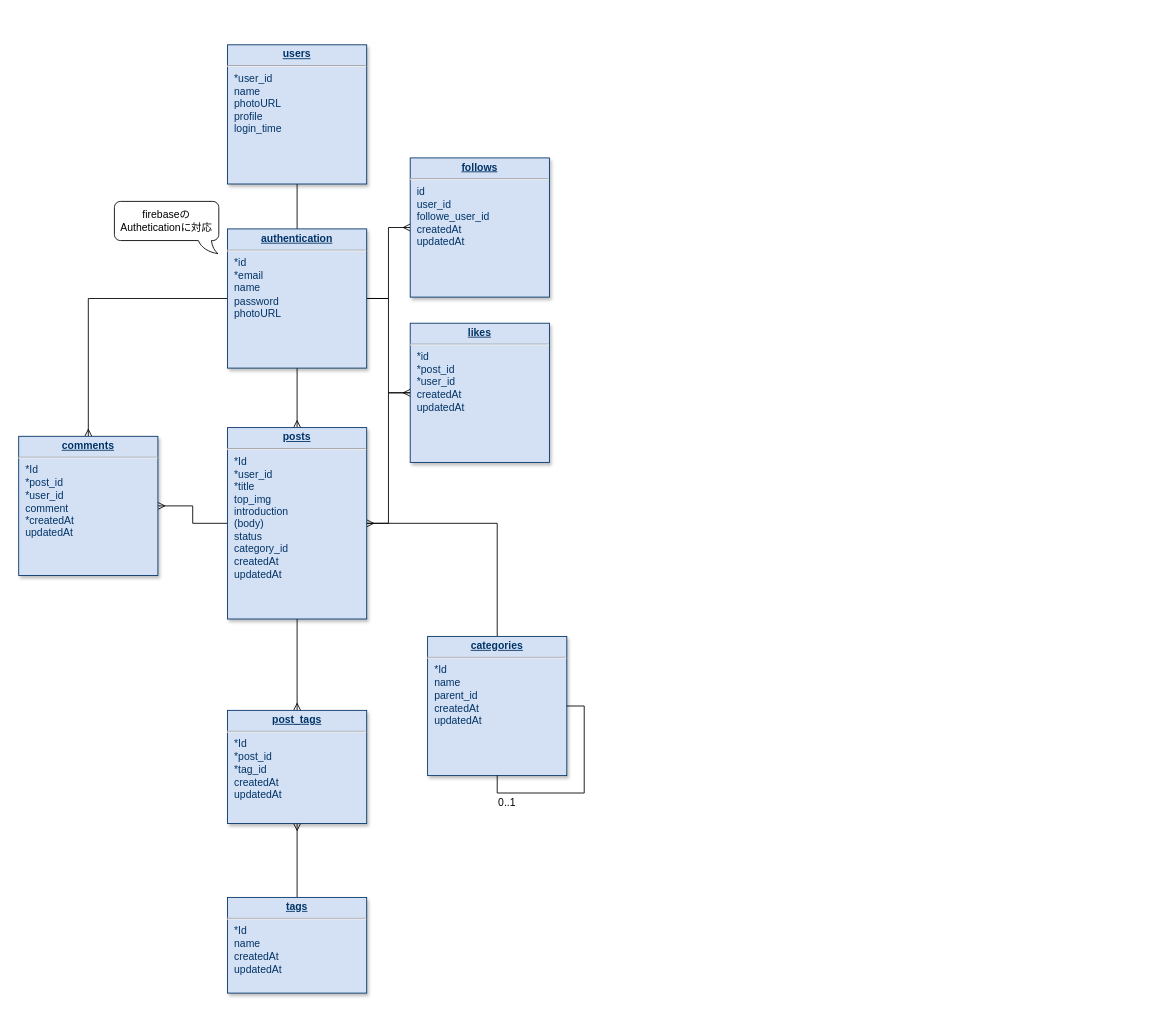
Before: UML/ER図.drawio in huuto/schizoid-note, a draw.io diagram. Source tidied: cells renumbered, new cells numbered last; positions are measured from the earlier drawing's top-left corner, leaving out a move shared by most shapes. Both pictures are drawn from the tidied source at 87%, with x=0, y=0 at pixel (18, 44).
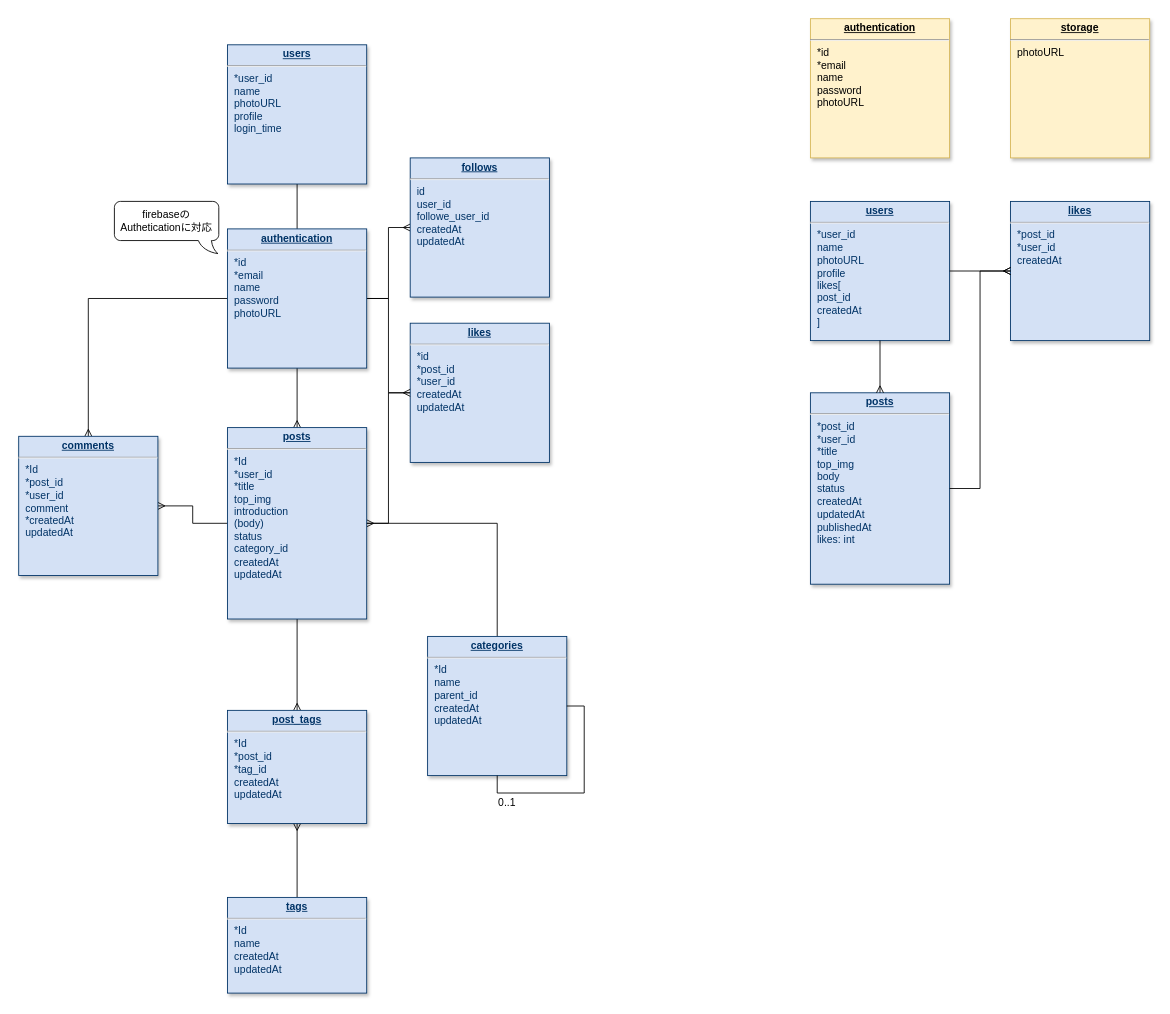
The same page after the edit.

What changed in the source:
```diff
@@
+    <mxCell id="24" value="&lt;p style=&quot;margin: 0px ; margin-top: 4px ; text-align: center ; text-decoration: underline&quot;&gt;&lt;strong&gt;authentication&lt;/strong&gt;&lt;/p&gt;&lt;hr&gt;&lt;p style=&quot;margin: 0px ; margin-left: 8px&quot;&gt;*id&lt;br&gt;&lt;/p&gt;&lt;p style=&quot;margin: 0px ; margin-left: 8px&quot;&gt;*email&lt;br&gt;&lt;/p&gt;&lt;p style=&quot;margin: 0px ; margin-left: 8px&quot;&gt;name&lt;br&gt;&lt;/p&gt;&lt;p style=&quot;margin: 0px ; margin-left: 8px&quot;&gt;password&lt;/p&gt;&lt;p style=&quot;margin: 0px ; margin-left: 8px&quot;&gt;photoURL&lt;/p&gt;" style="verticalAlign=top;align=left;overflow=fill;fontSize=12;fontFamily=Helvetica;html=1;strokeColor=#d6b656;shadow=1;fillColor=#fff2cc;" parent="1" vertex="1">
+      <mxGeometry x="910" y="-30" width="160" height="160" as="geometry" />
+    </mxCell>
+    <mxCell id="25" value="&lt;p style=&quot;margin: 0px ; margin-top: 4px ; text-align: center ; text-decoration: underline&quot;&gt;&lt;strong&gt;users&lt;br&gt;&lt;/strong&gt;&lt;/p&gt;&lt;hr&gt;&lt;p style=&quot;margin: 0px ; margin-left: 8px&quot;&gt;*user_id&lt;/p&gt;&lt;p style=&quot;margin: 0px ; margin-left: 8px&quot;&gt;name&lt;/p&gt;&lt;p style=&quot;margin: 0px ; margin-left: 8px&quot;&gt;photoURL&lt;/p&gt;&lt;p style=&quot;margin: 0px ; margin-left: 8px&quot;&gt;profile&lt;/p&gt;&lt;p style=&quot;margin: 0px ; margin-left: 8px&quot;&gt;likes[&lt;/p&gt;&lt;p style=&quot;margin: 0px ; margin-left: 8px&quot;&gt;post_id&lt;/p&gt;&lt;p style=&quot;margin: 0px ; margin-left: 8px&quot;&gt;createdAt&lt;br&gt;&lt;/p&gt;&lt;p style=&quot;margin: 0px ; margin-left: 8px&quot;&gt;]&lt;/p&gt;" style="verticalAlign=top;align=left;overflow=fill;fontSize=12;fontFamily=Helvetica;html=1;strokeColor=#003366;shadow=1;fillColor=#D4E1F5;fontColor=#003366;" parent="1" vertex="1">
+      <mxGeometry x="910" y="180" width="160" height="160" as="geometry" />
+    </mxCell>
+    <mxCell id="26" value="&lt;p style=&quot;margin: 0px ; margin-top: 4px ; text-align: center ; text-decoration: underline&quot;&gt;&lt;strong&gt;posts&lt;br&gt;&lt;/strong&gt;&lt;/p&gt;&lt;hr&gt;&lt;p style=&quot;margin: 0px ; margin-left: 8px&quot;&gt;*post_id&lt;br&gt;&lt;/p&gt;&lt;p style=&quot;margin: 0px ; margin-left: 8px&quot;&gt;*user_id&lt;/p&gt;&lt;p style=&quot;margin: 0px ; margin-left: 8px&quot;&gt;*title&lt;br&gt;&lt;/p&gt;&lt;p style=&quot;margin: 0px ; margin-left: 8px&quot;&gt;top_img&lt;/p&gt;&lt;p style=&quot;margin: 0px ; margin-left: 8px&quot;&gt;body&lt;/p&gt;&lt;p style=&quot;margin: 0px ; margin-left: 8px&quot;&gt;status&lt;/p&gt;&lt;p style=&quot;margin: 0px ; margin-left: 8px&quot;&gt;createdAt&lt;/p&gt;&lt;p style=&quot;margin: 0px ; margin-left: 8px&quot;&gt;updatedAt&lt;/p&gt;&lt;p style=&quot;margin: 0px ; margin-left: 8px&quot;&gt;publishedAt&lt;/p&gt;&lt;p style=&quot;margin: 0px ; margin-left: 8px&quot;&gt;likes: int&lt;/p&gt;" style="verticalAlign=top;align=left;overflow=fill;fontSize=12;fontFamily=Helvetica;html=1;strokeColor=#003366;shadow=1;fillColor=#D4E1F5;fontColor=#003366;" parent="1" vertex="1">
+      <mxGeometry x="910" y="400" width="160" height="220" as="geometry" />
+    </mxCell>
+    <mxCell id="27" value="&lt;p style=&quot;margin: 0px ; margin-top: 4px ; text-align: center ; text-decoration: underline&quot;&gt;&lt;strong&gt;storage&lt;/strong&gt;&lt;/p&gt;&lt;hr&gt;&lt;p style=&quot;margin: 0px ; margin-left: 8px&quot;&gt;photoURL&lt;/p&gt;&lt;p style=&quot;margin: 0px ; margin-left: 8px&quot;&gt;&lt;br&gt;&lt;/p&gt;" style="verticalAlign=top;align=left;overflow=fill;fontSize=12;fontFamily=Helvetica;html=1;strokeColor=#d6b656;shadow=1;fillColor=#fff2cc;" parent="1" vertex="1">
+      <mxGeometry x="1140" y="-30" width="160" height="160" as="geometry" />
+    </mxCell>
+    <mxCell id="28" style="edgeStyle=orthogonalEdgeStyle;rounded=0;jettySize=auto;html=1;exitX=0.5;exitY=0;exitDx=0;exitDy=0;startArrow=ERmany;startFill=0;endArrow=none;endFill=0;strokeColor=#000000;entryX=0.5;entryY=1;entryDx=0;entryDy=0;" parent="1" edge="1" source="26" target="25">
+      <mxGeometry relative="1" as="geometry" />
+    </mxCell>
+    <mxCell id="29" value="&lt;p style=&quot;margin: 0px ; margin-top: 4px ; text-align: center ; text-decoration: underline&quot;&gt;&lt;strong&gt;likes&lt;br&gt;&lt;/strong&gt;&lt;/p&gt;&lt;hr&gt;&lt;p style=&quot;margin: 0px ; margin-left: 8px&quot;&gt;&lt;span&gt;*post_id&lt;/span&gt;&lt;br&gt;&lt;/p&gt;&lt;p style=&quot;margin: 0px ; margin-left: 8px&quot;&gt;*user_id&lt;br&gt;&lt;/p&gt;&lt;p style=&quot;margin: 0px ; margin-left: 8px&quot;&gt;createdAt&lt;/p&gt;" style="verticalAlign=top;align=left;overflow=fill;fontSize=12;fontFamily=Helvetica;html=1;strokeColor=#003366;shadow=1;fillColor=#D4E1F5;fontColor=#003366;" parent="1" vertex="1">
+      <mxGeometry x="1140" y="180" width="160" height="160" as="geometry" />
+    </mxCell>
+    <mxCell id="30" style="edgeStyle=orthogonalEdgeStyle;rounded=0;jettySize=auto;html=1;exitX=0;exitY=0.5;exitDx=0;exitDy=0;startArrow=ERmany;startFill=0;endArrow=none;endFill=0;strokeColor=#000000;entryX=1;entryY=0.5;entryDx=0;entryDy=0;" parent="1" edge="1" source="29" target="25">
+      <mxGeometry relative="1" as="geometry" />
+    </mxCell>
+    <mxCell id="31" style="edgeStyle=orthogonalEdgeStyle;rounded=0;jettySize=auto;html=1;startArrow=ERmany;startFill=0;endArrow=none;endFill=0;strokeColor=#000000;entryX=1;entryY=0.5;entryDx=0;entryDy=0;" parent="1" edge="1" source="29" target="26">
+      <mxGeometry relative="1" as="geometry" />
+    </mxCell>
```
